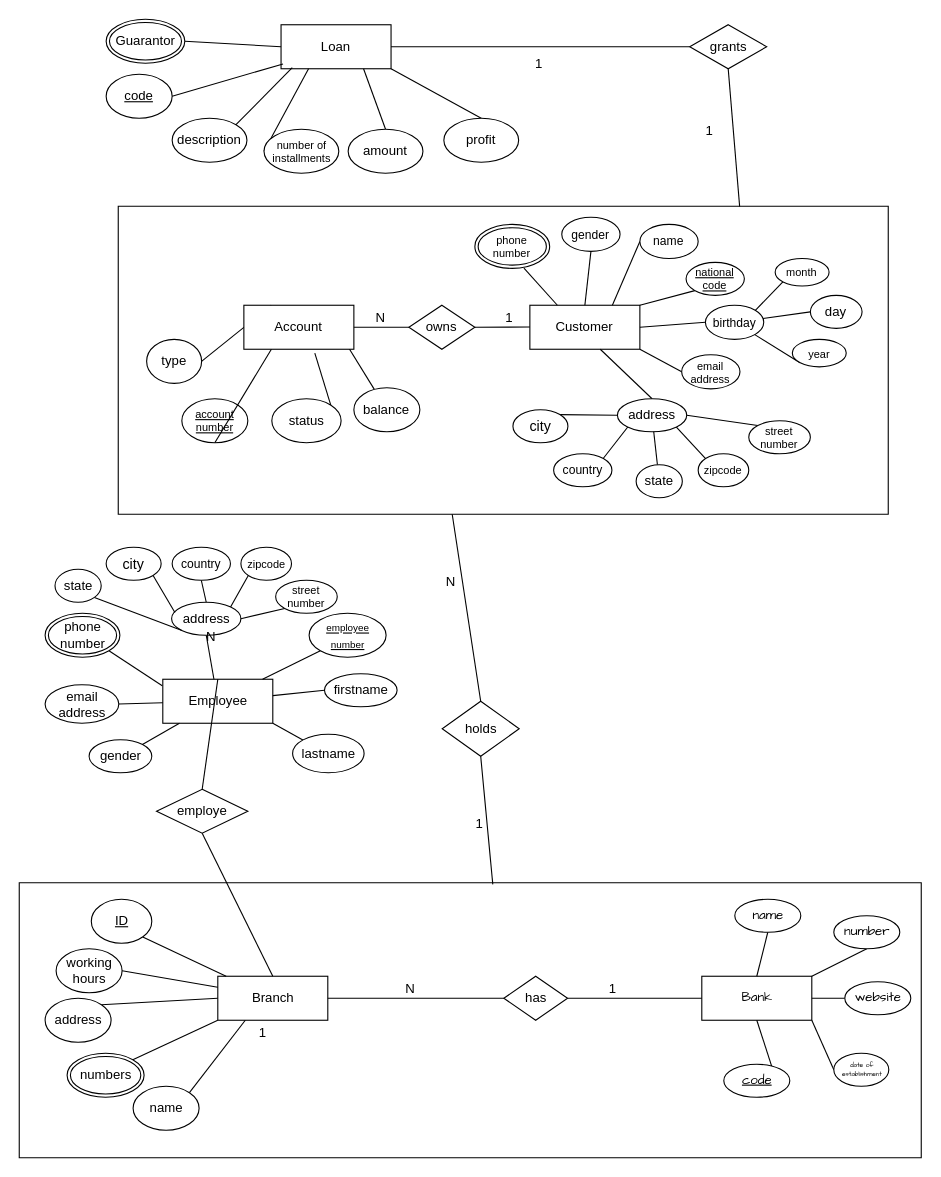
Before: diagrams/DB_HW1_9827113.drawio in mowhcen/database-hw, a draw.io diagram. Source tidied: cells renumbered, new cells numbered last; positions are measured from the earlier drawing's top-left corner, leaving out a move shared by most shapes. Both pictures are drawn from the tidied source at 110%, with x=0, y=0 at pixel (19, 19).
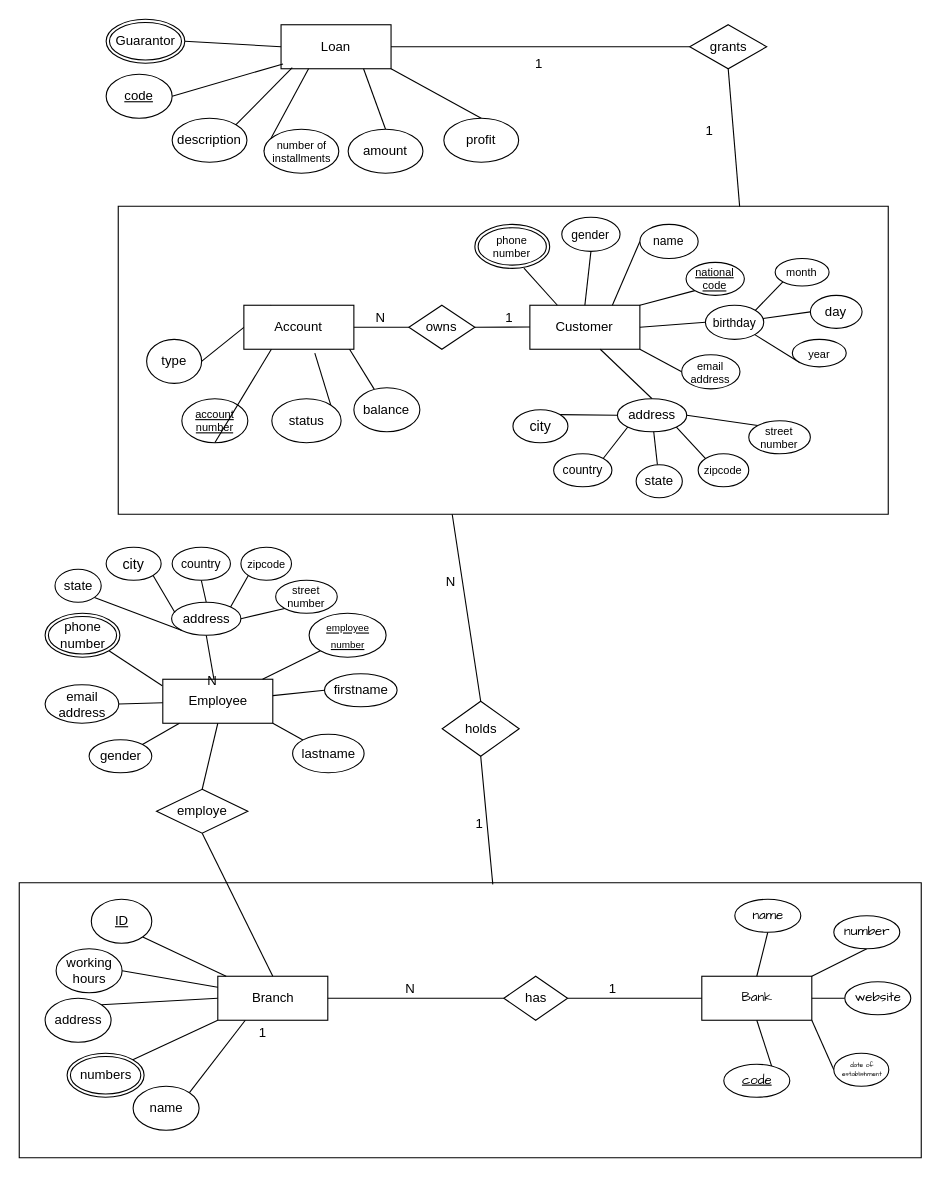
Above is the later version.

The change refers to these unchanged cells:
```xml
<mxCell id="24" value="Employee" style="whiteSpace=wrap;html=1;align=center;" parent="1" vertex="1">
  <mxGeometry x="130.5" y="600" width="100" height="40" as="geometry" />
</mxCell>
<mxCell id="38" value="employe" style="shape=rhombus;perimeter=rhombusPerimeter;whiteSpace=wrap;html=1;align=center;" parent="1" vertex="1">
  <mxGeometry x="124.8" y="700" width="83" height="40" as="geometry" />
</mxCell>
```

The edit, as a diff of the source:
```diff
@@
-    <mxCell id="41" style="endArrow=none;html=1;rounded=0;entryX=0.5;entryY=0;entryDx=0;entryDy=0;exitX=0.5;exitY=0;exitDx=0;exitDy=0;" parent="1" edge="1" source="38" target="24">
+    <mxCell id="41" style="endArrow=none;html=1;rounded=0;entryX=0.5;entryY=1;entryDx=0;entryDy=0;exitX=0.5;exitY=0;exitDx=0;exitDy=0;" parent="1" edge="1" source="38" target="24">
       <mxGeometry relative="1" as="geometry" />
     </mxCell>
```
